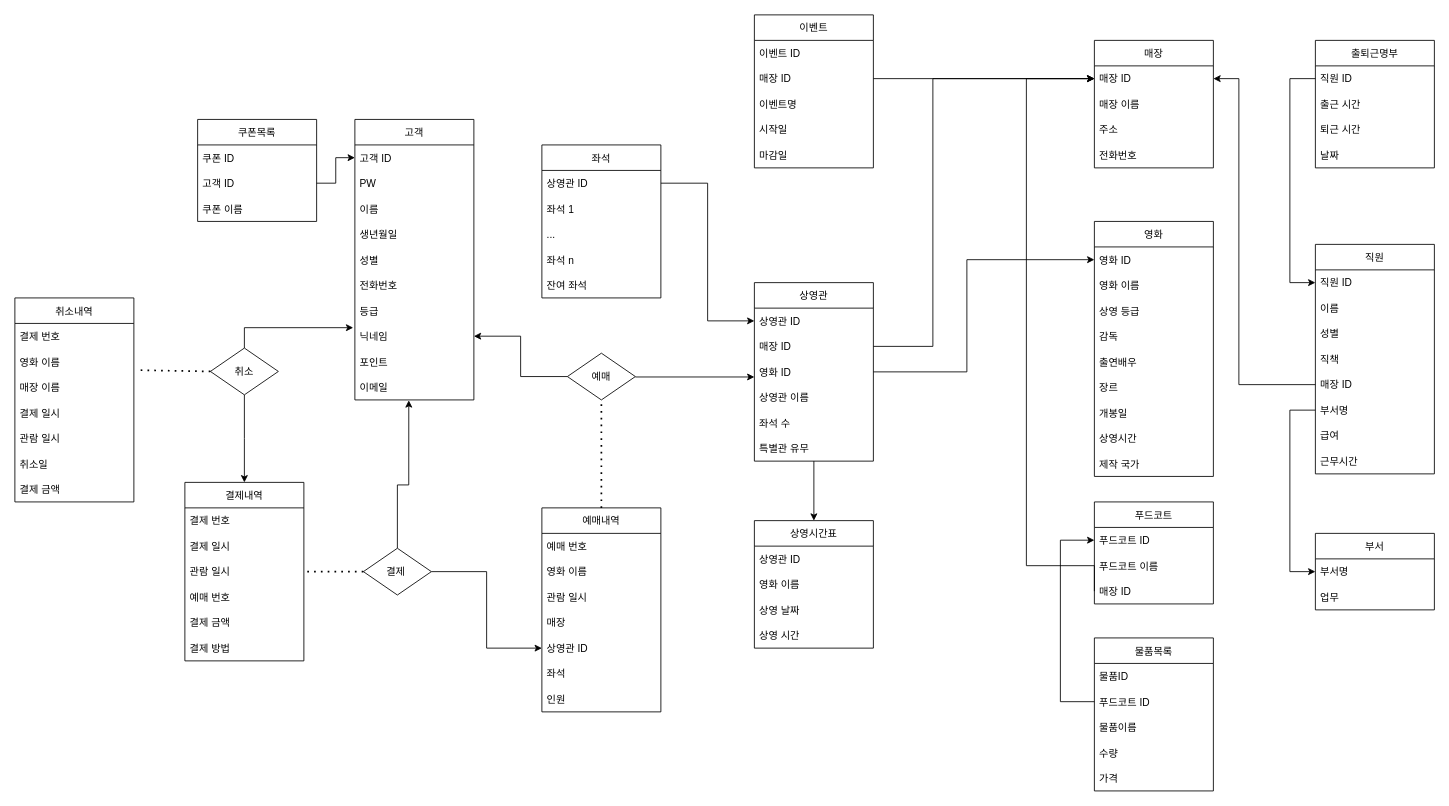
This is 영화관 merged.drawio from chacha0707/db, a draw.io file, before an edit. Source tidied: cells renumbered, new cells numbered last; positions are measured from the earlier drawing's top-left corner, leaving out a move shared by most shapes. Both pictures are drawn from the tidied source at 85%, with x=0, y=0 at pixel (14, 14).
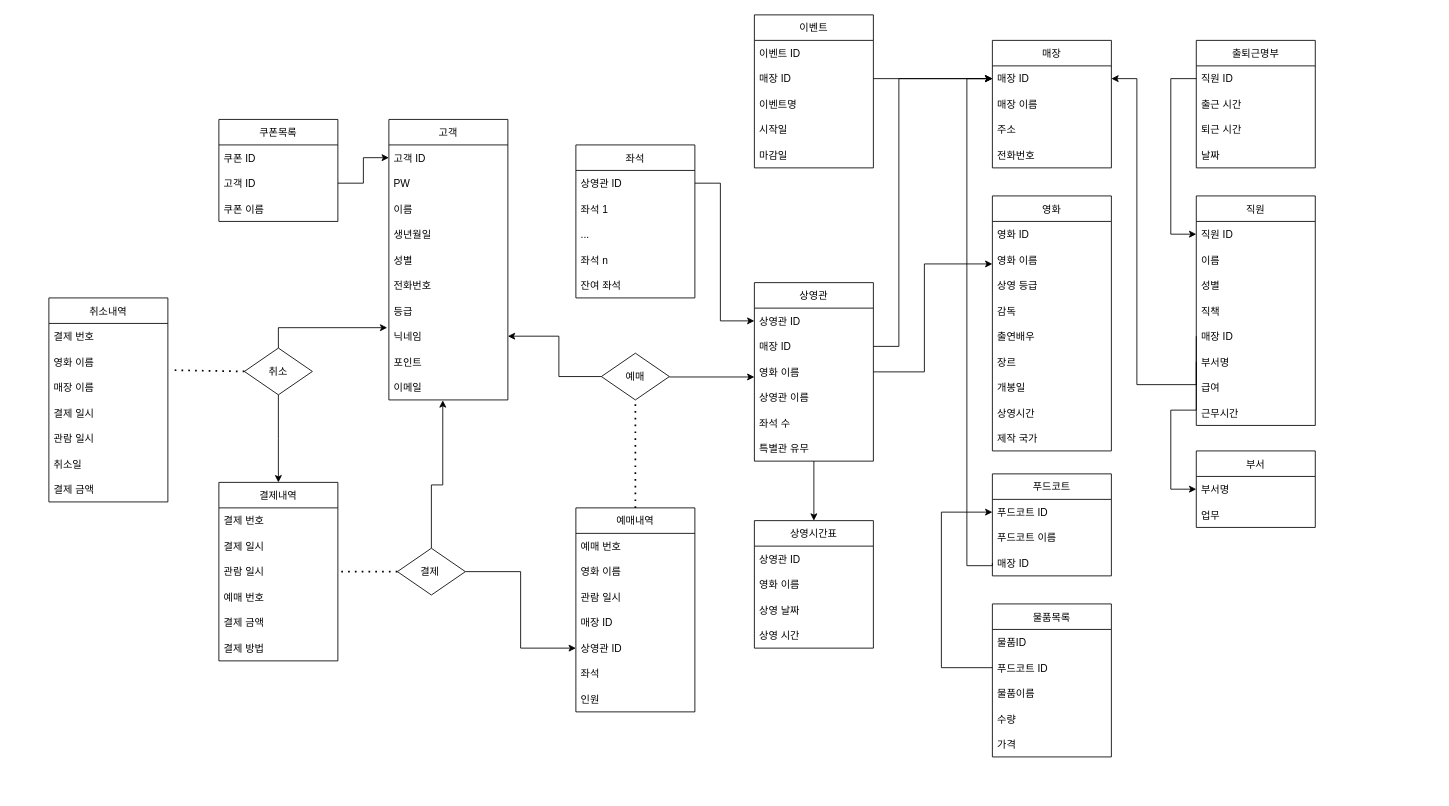
Above is the later version.

Unchanged cells that the change refers to:
```xml
<mxCell id="19" value="영화 ID" style="text;strokeColor=none;fillColor=none;align=left;verticalAlign=middle;spacingLeft=4;spacingRight=4;overflow=hidden;points=[[0,0.5],[1,0.5]];portConstraint=eastwest;" parent="18" vertex="1">
  <mxGeometry y="30" width="140" height="30" as="geometry" />
</mxCell>
<mxCell id="46" value="상영관" style="swimlane;fontStyle=0;horizontal=1;startSize=30;" parent="1" vertex="1">
  <mxGeometry x="870" y="315" width="140" height="210" as="geometry" />
</mxCell>
<mxCell id="47" value="상영관 ID" style="text;strokeColor=none;fillColor=none;align=left;verticalAlign=middle;spacingLeft=4;spacingRight=4;overflow=hidden;points=[[0,0.5],[1,0.5]];portConstraint=eastwest;" parent="46" vertex="1">
  <mxGeometry y="30" width="140" height="30" as="geometry" />
</mxCell>
<mxCell id="48" value="매장 ID" style="text;strokeColor=none;fillColor=none;align=left;verticalAlign=middle;spacingLeft=4;spacingRight=4;overflow=hidden;points=[[0,0.5],[1,0.5]];portConstraint=eastwest;" parent="46" vertex="1">
  <mxGeometry y="60" width="140" height="30" as="geometry" />
</mxCell>
<mxCell id="61" value="매장 ID" style="text;strokeColor=none;fillColor=none;align=left;verticalAlign=middle;spacingLeft=4;spacingRight=4;overflow=hidden;points=[[0,0.5],[1,0.5]];portConstraint=eastwest;" parent="60" vertex="1">
  <mxGeometry y="30" width="140" height="30" as="geometry" />
</mxCell>
<mxCell id="66" value="직원 ID" style="text;strokeColor=none;fillColor=none;align=left;verticalAlign=middle;spacingLeft=4;spacingRight=4;overflow=hidden;points=[[0,0.5],[1,0.5]];portConstraint=eastwest;" parent="65" vertex="1">
  <mxGeometry y="30" width="140" height="30" as="geometry" />
</mxCell>
<mxCell id="70" value="매장 ID" style="text;strokeColor=none;fillColor=none;align=left;verticalAlign=middle;spacingLeft=4;spacingRight=4;overflow=hidden;points=[[0,0.5],[1,0.5]];portConstraint=eastwest;" parent="65" vertex="1">
  <mxGeometry y="150" width="140" height="30" as="geometry" />
</mxCell>
<mxCell id="71" value="부서명" style="text;strokeColor=none;fillColor=none;align=left;verticalAlign=middle;spacingLeft=4;spacingRight=4;overflow=hidden;points=[[0,0.5],[1,0.5]];portConstraint=eastwest;" parent="65" vertex="1">
  <mxGeometry y="180" width="140" height="30" as="geometry" />
</mxCell>
<mxCell id="75" value="부서명" style="text;strokeColor=none;fillColor=none;align=left;verticalAlign=middle;spacingLeft=4;spacingRight=4;overflow=hidden;points=[[0,0.5],[1,0.5]];portConstraint=eastwest;" parent="74" vertex="1">
  <mxGeometry y="30" width="140" height="30" as="geometry" />
</mxCell>
<mxCell id="78" value="직원 ID" style="text;strokeColor=none;fillColor=none;align=left;verticalAlign=middle;spacingLeft=4;spacingRight=4;overflow=hidden;points=[[0,0.5],[1,0.5]];portConstraint=eastwest;" parent="77" vertex="1">
  <mxGeometry y="30" width="140" height="30" as="geometry" />
</mxCell>
<mxCell id="93" value="상영관 ID" style="text;strokeColor=none;fillColor=none;align=left;verticalAlign=middle;spacingLeft=4;spacingRight=4;overflow=hidden;points=[[0,0.5],[1,0.5]];portConstraint=eastwest;" parent="92" vertex="1">
  <mxGeometry y="30" width="140" height="30" as="geometry" />
</mxCell>
<mxCell id="109" value="닉네임" style="text;strokeColor=none;fillColor=none;align=left;verticalAlign=middle;spacingLeft=4;spacingRight=4;overflow=hidden;points=[[0,0.5],[1,0.5]];portConstraint=eastwest;" parent="101" vertex="1">
  <mxGeometry y="240" width="140" height="30" as="geometry" />
</mxCell>
<mxCell id="111" value="이메일" style="text;strokeColor=none;fillColor=none;align=left;verticalAlign=middle;spacingLeft=4;spacingRight=4;overflow=hidden;points=[[0,0.5],[1,0.5]];portConstraint=eastwest;" parent="101" vertex="1">
  <mxGeometry y="300" width="140" height="30" as="geometry" />
</mxCell>
<mxCell id="113" value="푸드코트 ID" style="text;strokeColor=none;fillColor=none;align=left;verticalAlign=middle;spacingLeft=4;spacingRight=4;overflow=hidden;points=[[0,0.5],[1,0.5]];portConstraint=eastwest;" parent="112" vertex="1">
  <mxGeometry y="30" width="140" height="30" as="geometry" />
</mxCell>
<mxCell id="115" value="매장 ID" style="text;strokeColor=none;fillColor=none;align=left;verticalAlign=middle;spacingLeft=4;spacingRight=4;overflow=hidden;points=[[0,0.5],[1,0.5]];portConstraint=eastwest;" parent="112" vertex="1">
  <mxGeometry y="90" width="140" height="30" as="geometry" />
</mxCell>
<mxCell id="124" value="푸드코트 ID" style="text;strokeColor=none;fillColor=none;align=left;verticalAlign=middle;spacingLeft=4;spacingRight=4;overflow=hidden;points=[[0,0.5],[1,0.5]];portConstraint=eastwest;" parent="122" vertex="1">
  <mxGeometry y="60" width="140" height="30" as="geometry" />
</mxCell>
```

Change to the diagram source:
```diff
@@
     <mxCell id="2" value="취소내역" style="swimlane;fontStyle=0;horizontal=1;startSize=30;" parent="1" vertex="1">
-      <mxGeometry y="333" width="140" height="240" as="geometry" />
+      <mxGeometry x="40" y="333" width="140" height="240" as="geometry" />
     </mxCell>
@@
     <mxCell id="10" value="예매내역" style="swimlane;fontStyle=0;horizontal=1;startSize=30;" parent="1" vertex="1">
-      <mxGeometry x="620" y="580" width="140" height="240" as="geometry" />
+      <mxGeometry x="660" y="580" width="140" height="240" as="geometry" />
     </mxCell>
@@
-    <mxCell id="14" value="매장" style="text;strokeColor=none;fillColor=none;align=left;verticalAlign=middle;spacingLeft=4;spacingRight=4;overflow=hidden;" parent="10" vertex="1">
+    <mxCell id="14" value="매장 ID" style="text;strokeColor=none;fillColor=none;align=left;verticalAlign=middle;spacingLeft=4;spacingRight=4;overflow=hidden;" parent="10" vertex="1">
       <mxGeometry y="120" width="140" height="30" as="geometry" />
     </mxCell>
@@
     <mxCell id="18" value="영화" style="swimlane;fontStyle=0;horizontal=1;startSize=30;" parent="1" vertex="1">
-      <mxGeometry x="1270" y="243" width="140" height="300" as="geometry" />
+      <mxGeometry x="1150" y="213" width="140" height="300" as="geometry" />
     </mxCell>
@@
     <mxCell id="29" style="edgeStyle=orthogonalEdgeStyle;rounded=0;jettySize=auto;html=1;exitX=0;exitY=0.5;exitDx=0;exitDy=0;entryX=1;entryY=0.5;entryDx=0;entryDy=0;" parent="1" edge="1" source="30" target="109">
-      <mxGeometry relative="1" as="geometry" />
+      <mxGeometry relative="1" as="geometry">
+        <Array as="points">
+          <mxPoint x="640" y="426" />
+          <mxPoint x="640" y="378" />
+        </Array>
+      </mxGeometry>
     </mxCell>
     <mxCell id="30" value="예매" style="shape=rhombus;perimeter=rhombusPerimeter;whiteSpace=wrap;html=1;align=center;" parent="1" vertex="1">
-      <mxGeometry x="650" y="398" width="80" height="55" as="geometry" />
+      <mxGeometry x="690" y="398" width="80" height="55" as="geometry" />
     </mxCell>
     <mxCell id="31" style="edgeStyle=orthogonalEdgeStyle;rounded=0;jettySize=auto;html=1;exitX=0.5;exitY=0;exitDx=0;exitDy=0;entryX=0.453;entryY=1.016;entryDx=0;entryDy=0;entryPerimeter=0;" parent="1" edge="1" source="33" target="111">
       <mxGeometry relative="1" as="geometry">
         <Array as="points">
-          <mxPoint x="450" y="553" />
-          <mxPoint x="463" y="553" />
+          <mxPoint x="490" y="553" />
+          <mxPoint x="503" y="553" />
         </Array>
       </mxGeometry>
     </mxCell>
@@
     <mxCell id="33" value="결제&amp;nbsp;" style="shape=rhombus;perimeter=rhombusPerimeter;whiteSpace=wrap;html=1;align=center;" parent="1" vertex="1">
-      <mxGeometry x="410" y="627.5" width="80" height="55" as="geometry" />
+      <mxGeometry x="450" y="627.5" width="80" height="55" as="geometry" />
     </mxCell>
@@
     <mxCell id="35" style="edgeStyle=orthogonalEdgeStyle;rounded=0;jettySize=auto;html=1;exitX=0.5;exitY=1;exitDx=0;exitDy=0;entryX=0.5;entryY=0;entryDx=0;entryDy=0;" parent="1" edge="1" source="37">
       <mxGeometry relative="1" as="geometry">
-        <mxPoint x="270" y="550" as="targetPoint" />
+        <mxPoint x="310" y="550" as="targetPoint" />
       </mxGeometry>
     </mxCell>
@@
     <mxCell id="37" value="취소" style="shape=rhombus;perimeter=rhombusPerimeter;whiteSpace=wrap;html=1;align=center;" parent="1" vertex="1">
-      <mxGeometry x="230" y="392" width="80" height="55" as="geometry" />
+      <mxGeometry x="270" y="392" width="80" height="55" as="geometry" />
     </mxCell>
@@
     <mxCell id="39" style="endArrow=none;dashed=1;html=1;dashPattern=1 3;strokeWidth=2;rounded=0;exitX=0;exitY=0.5;exitDx=0;exitDy=0;entryX=1;entryY=0.5;entryDx=0;entryDy=0;" parent="1" edge="1" source="33">
       <mxGeometry relative="1" as="geometry">
-        <mxPoint x="340" y="655" as="targetPoint" />
+        <mxPoint x="380" y="655" as="targetPoint" />
       </mxGeometry>
     </mxCell>
@@
-    <mxCell id="49" value="영화 ID" style="text;strokeColor=none;fillColor=none;align=left;verticalAlign=middle;spacingLeft=4;spacingRight=4;overflow=hidden;points=[[0,0.5],[1,0.5]];portConstraint=eastwest;" parent="46" vertex="1">
+    <mxCell id="49" value="영화 이름" style="text;strokeColor=none;fillColor=none;align=left;verticalAlign=middle;spacingLeft=4;spacingRight=4;overflow=hidden;points=[[0,0.5],[1,0.5]];portConstraint=eastwest;" parent="46" vertex="1">
       <mxGeometry y="90" width="140" height="30" as="geometry" />
     </mxCell>
@@
     <mxCell id="53" value="결제내역" style="swimlane;fontStyle=0;horizontal=1;startSize=30;" parent="1" vertex="1">
-      <mxGeometry x="200" y="550" width="140" height="210" as="geometry" />
+      <mxGeometry x="240" y="550" width="140" height="210" as="geometry" />
     </mxCell>
@@
     <mxCell id="60" value="매장" style="swimlane;fontStyle=0;horizontal=1;startSize=30;" parent="1" vertex="1">
-      <mxGeometry x="1270" y="30" width="140" height="150" as="geometry" />
+      <mxGeometry x="1150" y="30" width="140" height="150" as="geometry" />
     </mxCell>
@@
     <mxCell id="65" value="직원" style="swimlane;fontStyle=0;horizontal=1;startSize=30;" parent="1" vertex="1">
-      <mxGeometry x="1530" y="270" width="140" height="270" as="geometry" />
+      <mxGeometry x="1389.9" y="213" width="140" height="270" as="geometry" />
     </mxCell>
@@
     <mxCell id="74" value="부서" style="swimlane;fontStyle=0;horizontal=1;startSize=30;" parent="1" vertex="1">
-      <mxGeometry x="1530" y="610" width="140" height="90" as="geometry" />
+      <mxGeometry x="1389.9" y="513" width="140" height="90" as="geometry" />
     </mxCell>
@@
     <mxCell id="77" value="출퇴근명부" style="swimlane;fontStyle=0;horizontal=1;startSize=30;" parent="1" vertex="1">
-      <mxGeometry x="1530" y="30" width="140" height="150" as="geometry" />
+      <mxGeometry x="1389.9" y="30" width="140" height="150" as="geometry" />
     </mxCell>
@@
     <mxCell id="82" style="edgeStyle=orthogonalEdgeStyle;rounded=0;jettySize=auto;html=1;exitX=0;exitY=0.5;exitDx=0;exitDy=0;entryX=0;entryY=0.5;entryDx=0;entryDy=0;" parent="1" edge="1" source="71" target="75">
       <mxGeometry relative="1" as="geometry">
         <Array as="points">
-          <mxPoint x="1500" y="465" />
-          <mxPoint x="1500" y="655" />
+          <mxPoint x="1389.9" y="465" />
+          <mxPoint x="1359.9" y="465" />
+          <mxPoint x="1359.9" y="558" />
         </Array>
       </mxGeometry>
     </mxCell>
     <mxCell id="83" style="edgeStyle=orthogonalEdgeStyle;rounded=0;jettySize=auto;html=1;exitX=0;exitY=0.5;exitDx=0;exitDy=0;entryX=0;entryY=0.5;entryDx=0;entryDy=0;" parent="1" edge="1" source="78" target="66">
       <mxGeometry relative="1" as="geometry">
         <Array as="points">
-          <mxPoint x="1500" y="75" />
-          <mxPoint x="1500" y="315" />
+          <mxPoint x="1359.9" y="75" />
+          <mxPoint x="1359.9" y="258" />
         </Array>
       </mxGeometry>
     </mxCell>
     <mxCell id="84" style="edgeStyle=orthogonalEdgeStyle;rounded=0;jettySize=auto;html=1;exitX=0;exitY=0.5;exitDx=0;exitDy=0;entryX=1;entryY=0.5;entryDx=0;entryDy=0;" parent="1" edge="1" source="70" target="61">
       <mxGeometry relative="1" as="geometry">
         <Array as="points">
-          <mxPoint x="1440" y="435" />
-          <mxPoint x="1440" y="75" />
+          <mxPoint x="1320" y="435" />
+          <mxPoint x="1320" y="75" />
         </Array>
       </mxGeometry>
     </mxCell>
@@
-    <mxCell id="91" style="edgeStyle=orthogonalEdgeStyle;rounded=0;jettySize=auto;html=1;exitX=1;exitY=0.5;exitDx=0;exitDy=0;" parent="1" edge="1" source="49" target="19">
+    <mxCell id="91" style="edgeStyle=orthogonalEdgeStyle;rounded=0;jettySize=auto;html=1;exitX=1;exitY=0.5;exitDx=0;exitDy=0;" parent="1" edge="1" source="49">
       <mxGeometry relative="1" as="geometry">
+        <mxPoint x="1150" y="293" as="targetPoint" />
         <Array as="points">
-          <mxPoint x="1120" y="420" />
-          <mxPoint x="1120" y="288" />
+          <mxPoint x="1070" y="420" />
+          <mxPoint x="1070" y="293" />
+          <mxPoint x="1150" y="293" />
         </Array>
       </mxGeometry>
     </mxCell>
     <mxCell id="92" value="좌석" style="swimlane;fontStyle=0;horizontal=1;startSize=30;" parent="1" vertex="1">
-      <mxGeometry x="620" y="153" width="140" height="180" as="geometry" />
+      <mxGeometry x="660" y="153" width="140" height="180" as="geometry" />
     </mxCell>
@@
     <mxCell id="98" style="edgeStyle=orthogonalEdgeStyle;rounded=0;jettySize=auto;html=1;exitX=1;exitY=0.5;exitDx=0;exitDy=0;entryX=0;entryY=0.5;entryDx=0;entryDy=0;" parent="1" edge="1" source="93" target="47">
-      <mxGeometry relative="1" as="geometry" />
+      <mxGeometry relative="1" as="geometry">
+        <Array as="points">
+          <mxPoint x="830" y="198" />
+          <mxPoint x="830" y="360" />
+        </Array>
+      </mxGeometry>
     </mxCell>
     <mxCell id="99" style="edgeStyle=orthogonalEdgeStyle;rounded=0;jettySize=auto;html=1;exitX=1;exitY=0.5;exitDx=0;exitDy=0;entryX=0;entryY=0.5;entryDx=0;entryDy=0;" parent="1" edge="1" source="48" target="61">
       <mxGeometry relative="1" as="geometry">
         <Array as="points">
-          <mxPoint x="1080" y="390" />
-          <mxPoint x="1080" y="75" />
+          <mxPoint x="1040" y="390" />
+          <mxPoint x="1040" y="75" />
         </Array>
       </mxGeometry>
     </mxCell>
@@
     <mxCell id="101" value="고객" style="swimlane;fontStyle=0;horizontal=1;startSize=30;" parent="1" vertex="1">
-      <mxGeometry x="400" y="123" width="140" height="330" as="geometry" />
+      <mxGeometry x="440" y="123" width="140" height="330" as="geometry" />
     </mxCell>
@@
     <mxCell id="112" value="푸드코트" style="swimlane;fontStyle=0;horizontal=1;startSize=30;" parent="1" vertex="1">
-      <mxGeometry x="1270" y="573" width="140" height="120" as="geometry" />
+      <mxGeometry x="1150" y="540" width="140" height="120" as="geometry" />
     </mxCell>
@@
     <mxCell id="116" value="쿠폰목록" style="swimlane;fontStyle=0;horizontal=1;startSize=30;" parent="1" vertex="1">
-      <mxGeometry x="215" y="123" width="140" height="120" as="geometry" />
+      <mxGeometry x="240" y="123" width="140" height="120" as="geometry" />
     </mxCell>
@@
     <mxCell id="120" style="edgeStyle=orthogonalEdgeStyle;rounded=0;jettySize=auto;html=1;exitX=0;exitY=0.5;exitDx=0;exitDy=0;entryX=0;entryY=0.5;entryDx=0;entryDy=0;" parent="1" edge="1" source="115" target="61">
       <mxGeometry relative="1" as="geometry">
         <Array as="points">
-          <mxPoint x="1190" y="648" />
-          <mxPoint x="1190" y="75" />
+          <mxPoint x="1150" y="648" />
+          <mxPoint x="1120" y="648" />
+          <mxPoint x="1120" y="75" />
         </Array>
       </mxGeometry>
     </mxCell>
@@
     <mxCell id="122" value="물품목록" style="swimlane;fontStyle=0;horizontal=1;startSize=30;" parent="1" vertex="1">
-      <mxGeometry x="1270" y="733" width="140" height="180" as="geometry" />
+      <mxGeometry x="1150" y="693" width="140" height="180" as="geometry" />
     </mxCell>
@@
     <mxCell id="128" style="edgeStyle=orthogonalEdgeStyle;rounded=0;jettySize=auto;html=1;exitX=0;exitY=0.5;exitDx=0;exitDy=0;entryX=0;entryY=0.5;entryDx=0;entryDy=0;" parent="1" edge="1" source="124" target="113">
       <mxGeometry relative="1" as="geometry">
         <Array as="points">
-          <mxPoint x="1230" y="808" />
-          <mxPoint x="1230" y="618" />
+          <mxPoint x="1090" y="768" />
+          <mxPoint x="1090" y="585" />
         </Array>
       </mxGeometry>
     </mxCell>
```
